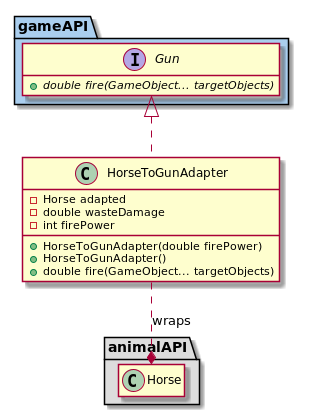
lealceldeiro/gems keeps this PlantUML diagram as DesignPatternsElementsOfReusableObjectOrientesSoftware/Chapter04/Adapter/image/code_class_design_object_adapter.png. Above is the earlier version. Source of this version:
```plantuml
@startuml
package animalAPI #DDDDDD {
    class Horse
}

package gameAPI #aaceee {
    interface Gun {
        + {abstract} double fire(GameObject... targetObjects)
    }
}

class HorseToGunAdapter implements Gun {
    - Horse adapted
    - double wasteDamage
    - int firePower

    + HorseToGunAdapter(double firePower)
    + HorseToGunAdapter()
    + double fire(GameObject... targetObjects)
}

HorseToGunAdapter ..* Horse : wraps

hide empty members
@enduml
```
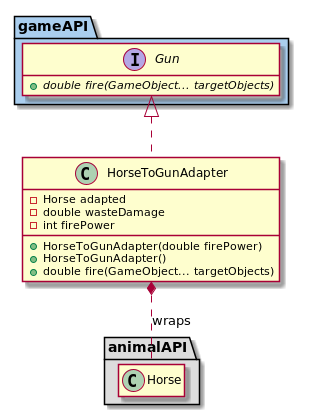
After the commit.

Commit message:
Update class design images

The edit, as a diff of the source:
```diff
@@ -19,7 +19,7 @@
     + double fire(GameObject... targetObjects)
 }
 
-HorseToGunAdapter ..* Horse : wraps
+HorseToGunAdapter *.. Horse : wraps
 
 hide empty members
 @enduml
```
